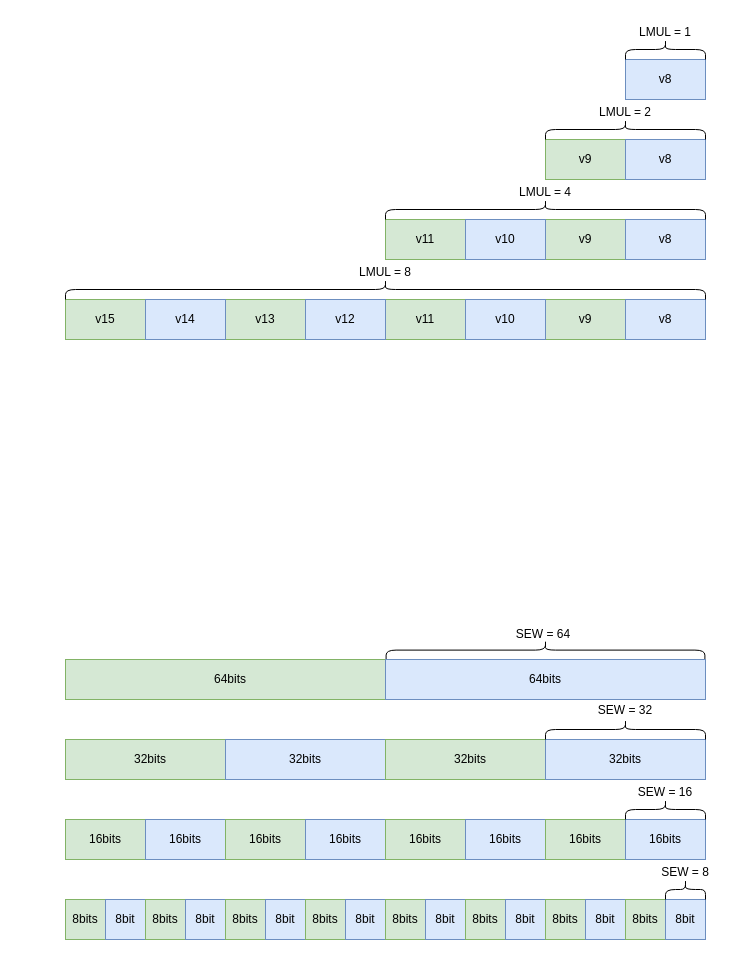
This is vector2.drawio from Ziyue-Zhang/draw_picture, a draw.io file, before an edit. Source tidied: cells renumbered, new cells numbered last; positions are measured from the earlier drawing's top-left corner, leaving out a move shared by most shapes. Both pictures are drawn from the tidied source at 100%, with x=0, y=0 at pixel (65, -31).
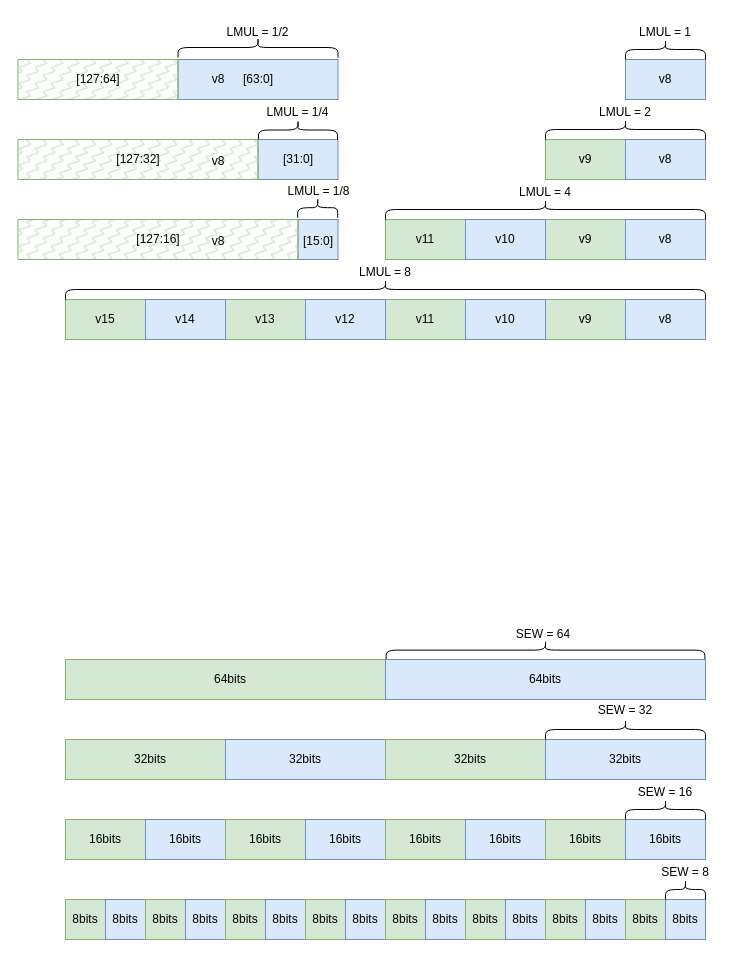
After the change.

Change to the diagram source:
```diff
@@
-    <mxCell id="44" value="8bit" style="rounded=0;whiteSpace=wrap;html=1;fillColor=#dae8fc;strokeColor=#6c8ebf;" parent="1" vertex="1">
+    <mxCell id="44" value="8bits" style="rounded=0;whiteSpace=wrap;html=1;fillColor=#dae8fc;strokeColor=#6c8ebf;" parent="1" vertex="1">
       <mxGeometry x="40" y="930" width="40" height="40" as="geometry" />
     </mxCell>
@@
-    <mxCell id="46" value="8bit" style="rounded=0;whiteSpace=wrap;html=1;fillColor=#dae8fc;strokeColor=#6c8ebf;" parent="1" vertex="1">
+    <mxCell id="46" value="8bits" style="rounded=0;whiteSpace=wrap;html=1;fillColor=#dae8fc;strokeColor=#6c8ebf;" parent="1" vertex="1">
       <mxGeometry x="120" y="930" width="40" height="40" as="geometry" />
     </mxCell>
@@
-    <mxCell id="48" value="8bit" style="rounded=0;whiteSpace=wrap;html=1;fillColor=#dae8fc;strokeColor=#6c8ebf;" parent="1" vertex="1">
+    <mxCell id="48" value="8bits" style="rounded=0;whiteSpace=wrap;html=1;fillColor=#dae8fc;strokeColor=#6c8ebf;" parent="1" vertex="1">
       <mxGeometry x="200" y="930" width="40" height="40" as="geometry" />
     </mxCell>
@@
-    <mxCell id="50" value="8bit" style="rounded=0;whiteSpace=wrap;html=1;fillColor=#dae8fc;strokeColor=#6c8ebf;" parent="1" vertex="1">
+    <mxCell id="50" value="8bits" style="rounded=0;whiteSpace=wrap;html=1;fillColor=#dae8fc;strokeColor=#6c8ebf;" parent="1" vertex="1">
       <mxGeometry x="280" y="930" width="40" height="40" as="geometry" />
     </mxCell>
@@
-    <mxCell id="52" value="8bit" style="rounded=0;whiteSpace=wrap;html=1;fillColor=#dae8fc;strokeColor=#6c8ebf;" parent="1" vertex="1">
+    <mxCell id="52" value="8bits" style="rounded=0;whiteSpace=wrap;html=1;fillColor=#dae8fc;strokeColor=#6c8ebf;" parent="1" vertex="1">
       <mxGeometry x="360" y="930" width="40" height="40" as="geometry" />
     </mxCell>
@@
-    <mxCell id="54" value="8bit" style="rounded=0;whiteSpace=wrap;html=1;fillColor=#dae8fc;strokeColor=#6c8ebf;" parent="1" vertex="1">
+    <mxCell id="54" value="8bits" style="rounded=0;whiteSpace=wrap;html=1;fillColor=#dae8fc;strokeColor=#6c8ebf;" parent="1" vertex="1">
       <mxGeometry x="440" y="930" width="40" height="40" as="geometry" />
     </mxCell>
@@
-    <mxCell id="56" value="8bit" style="rounded=0;whiteSpace=wrap;html=1;fillColor=#dae8fc;strokeColor=#6c8ebf;" parent="1" vertex="1">
+    <mxCell id="56" value="8bits" style="rounded=0;whiteSpace=wrap;html=1;fillColor=#dae8fc;strokeColor=#6c8ebf;" parent="1" vertex="1">
       <mxGeometry x="520" y="930" width="40" height="40" as="geometry" />
     </mxCell>
@@
-    <mxCell id="58" value="8bit" style="rounded=0;whiteSpace=wrap;html=1;fillColor=#dae8fc;strokeColor=#6c8ebf;" parent="1" vertex="1">
+    <mxCell id="58" value="8bits" style="rounded=0;whiteSpace=wrap;html=1;fillColor=#dae8fc;strokeColor=#6c8ebf;" parent="1" vertex="1">
       <mxGeometry x="600" y="930" width="40" height="40" as="geometry" />
     </mxCell>
@@
+    <mxCell id="78" style="rounded=0;whiteSpace=wrap;html=1;fillColor=#dae8fc;strokeColor=#6c8ebf;" parent="1" vertex="1">
+      <mxGeometry x="112.5" y="90" width="160" height="40" as="geometry" />
+    </mxCell>
+    <mxCell id="79" value="[63:0]" style="text;html=1;strokeColor=none;fillColor=none;align=center;verticalAlign=middle;whiteSpace=wrap;rounded=0;" parent="1" vertex="1">
+      <mxGeometry x="162.5" y="95" width="60" height="30" as="geometry" />
+    </mxCell>
+    <mxCell id="80" value="LMUL = 1/2" style="text;html=1;strokeColor=none;fillColor=none;align=center;verticalAlign=middle;whiteSpace=wrap;rounded=0;" parent="1" vertex="1">
+      <mxGeometry x="156" y="48" width="73" height="30" as="geometry" />
+    </mxCell>
+    <mxCell id="81" style="shape=curlyBracket;whiteSpace=wrap;html=1;rounded=1;flipH=1;labelPosition=right;verticalLabelPosition=middle;align=left;verticalAlign=middle;rotation=-90;" parent="1" vertex="1">
+      <mxGeometry x="182.5" y="-2" width="20" height="160" as="geometry" />
+    </mxCell>
+    <mxCell id="82" value="[127:64]" style="rounded=0;whiteSpace=wrap;html=1;fillColor=#d5e8d4;strokeColor=#82b366;glass=0;fillStyle=zigzag-line;" parent="1" vertex="1">
+      <mxGeometry x="-47.5" y="90" width="160" height="40" as="geometry" />
+    </mxCell>
+    <mxCell id="83" style="rounded=0;whiteSpace=wrap;html=1;fillColor=#dae8fc;strokeColor=#6c8ebf;" parent="1" vertex="1">
+      <mxGeometry x="192.5" y="170" width="80" height="40" as="geometry" />
+    </mxCell>
+    <mxCell id="84" value="[31:0]" style="text;html=1;strokeColor=none;fillColor=none;align=center;verticalAlign=middle;whiteSpace=wrap;rounded=0;" parent="1" vertex="1">
+      <mxGeometry x="202.5" y="175" width="60" height="30" as="geometry" />
+    </mxCell>
+    <mxCell id="85" value="LMUL = 1/4" style="text;html=1;strokeColor=none;fillColor=none;align=center;verticalAlign=middle;whiteSpace=wrap;rounded=0;" parent="1" vertex="1">
+      <mxGeometry x="196" y="128" width="73" height="30" as="geometry" />
+    </mxCell>
+    <mxCell id="86" style="shape=curlyBracket;whiteSpace=wrap;html=1;rounded=1;flipH=1;labelPosition=right;verticalLabelPosition=middle;align=left;verticalAlign=middle;rotation=-90;" parent="1" vertex="1">
+      <mxGeometry x="222.5" y="121" width="20" height="79" as="geometry" />
+    </mxCell>
+    <mxCell id="87" value="[127:32]" style="rounded=0;whiteSpace=wrap;html=1;fillColor=#d5e8d4;strokeColor=#82b366;glass=0;fillStyle=zigzag-line;" parent="1" vertex="1">
+      <mxGeometry x="-47.5" y="170" width="240" height="40" as="geometry" />
+    </mxCell>
+    <mxCell id="88" style="rounded=0;whiteSpace=wrap;html=1;fillColor=#dae8fc;strokeColor=#6c8ebf;" parent="1" vertex="1">
+      <mxGeometry x="232.5" y="250" width="40" height="40" as="geometry" />
+    </mxCell>
+    <mxCell id="89" value="[15:0]" style="text;html=1;strokeColor=none;fillColor=none;align=center;verticalAlign=middle;whiteSpace=wrap;rounded=0;" parent="1" vertex="1">
+      <mxGeometry x="237.5" y="257" width="30" height="30" as="geometry" />
+    </mxCell>
+    <mxCell id="90" style="shape=curlyBracket;whiteSpace=wrap;html=1;rounded=1;flipH=1;labelPosition=right;verticalLabelPosition=middle;align=left;verticalAlign=middle;rotation=-90;" parent="1" vertex="1">
+      <mxGeometry x="242.2" y="218.2" width="20" height="40" as="geometry" />
+    </mxCell>
+    <mxCell id="91" value="[127:16]" style="rounded=0;whiteSpace=wrap;html=1;fillColor=#d5e8d4;strokeColor=#82b366;glass=0;fillStyle=zigzag-line;" parent="1" vertex="1">
+      <mxGeometry x="-47.5" y="250" width="280" height="40" as="geometry" />
+    </mxCell>
+    <mxCell id="92" value="LMUL = 1/8" style="text;html=1;strokeColor=none;fillColor=none;align=center;verticalAlign=middle;whiteSpace=wrap;rounded=0;" parent="1" vertex="1">
+      <mxGeometry x="217" y="207" width="73" height="30" as="geometry" />
+    </mxCell>
+    <mxCell id="93" value="v8" style="text;html=1;strokeColor=none;fillColor=none;align=center;verticalAlign=middle;whiteSpace=wrap;rounded=0;" parent="1" vertex="1">
+      <mxGeometry x="122.5" y="95" width="60" height="30" as="geometry" />
+    </mxCell>
+    <mxCell id="94" value="v8" style="text;html=1;strokeColor=none;fillColor=none;align=center;verticalAlign=middle;whiteSpace=wrap;rounded=0;" parent="1" vertex="1">
+      <mxGeometry x="122.5" y="177" width="60" height="30" as="geometry" />
+    </mxCell>
+    <mxCell id="95" value="v8" style="text;html=1;strokeColor=none;fillColor=none;align=center;verticalAlign=middle;whiteSpace=wrap;rounded=0;" parent="1" vertex="1">
+      <mxGeometry x="122.5" y="257" width="60" height="30" as="geometry" />
+    </mxCell>
```
